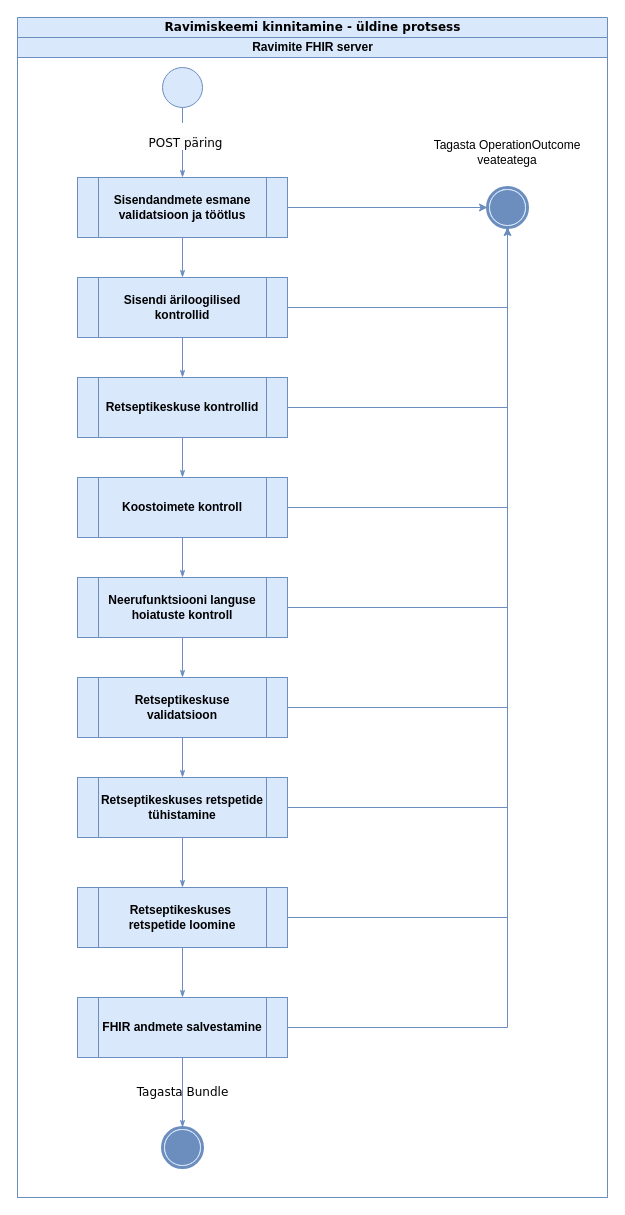
The draw.io diagram input/images-source/andmetekinnitamine.drawio in TEHIK-EE/ig-ee-medication-scheme, before the edit. Source tidied: cells renumbered, new cells numbered last; positions are measured from the earlier drawing's top-left corner, leaving out a move shared by most shapes. Both pictures are drawn from the tidied source at 100%, with x=0, y=0 at pixel (17, 17).
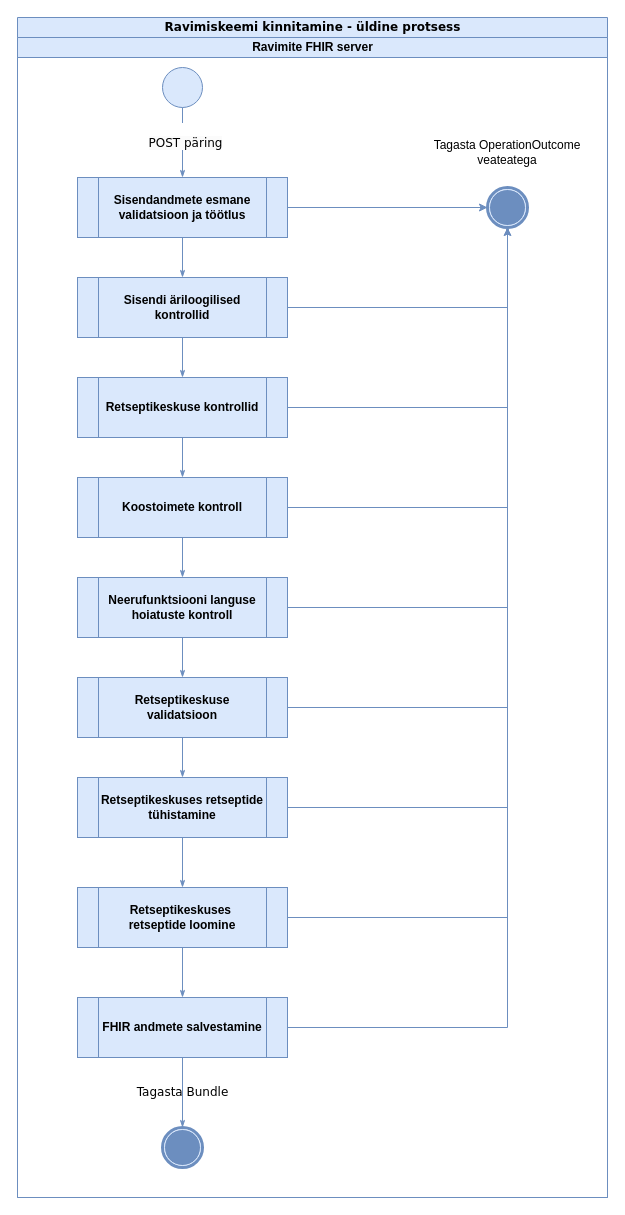
After the change.

The change refers to these unchanged cells:
```xml
<mxCell id="3" value="Ravimite FHIR server" style="swimlane;html=1;startSize=20;fillColor=#dae8fc;strokeColor=#6c8ebf;" parent="2" vertex="1">
  <mxGeometry y="20" width="590" height="1160" as="geometry" />
</mxCell>
```

What changed in the source:
```diff
@@
-    <mxCell id="19" value="Retseptikeskuses&amp;nbsp;&lt;div&gt;retspetide loomine&lt;/div&gt;" style="shape=process;whiteSpace=wrap;html=1;backgroundOutline=1;fillColor=#dae8fc;strokeColor=#6c8ebf;fontStyle=1;" parent="3" vertex="1">
+    <mxCell id="19" value="Retseptikeskuses&amp;nbsp;&lt;div&gt;retseptide loomine&lt;/div&gt;" style="shape=process;whiteSpace=wrap;html=1;backgroundOutline=1;fillColor=#dae8fc;strokeColor=#6c8ebf;fontStyle=1;" parent="3" vertex="1">
       <mxGeometry x="60" y="850" width="210" height="60" as="geometry" />
     </mxCell>
@@
-    <mxCell id="25" value="Retseptikeskuses retspetide tühistamine" style="shape=process;whiteSpace=wrap;html=1;backgroundOutline=1;fillColor=#dae8fc;strokeColor=#6c8ebf;fontStyle=1;" parent="3" vertex="1">
+    <mxCell id="25" value="Retseptikeskuses retseptide tühistamine" style="shape=process;whiteSpace=wrap;html=1;backgroundOutline=1;fillColor=#dae8fc;strokeColor=#6c8ebf;fontStyle=1;" parent="3" vertex="1">
       <mxGeometry x="60" y="740" width="210" height="60" as="geometry" />
     </mxCell>
```
